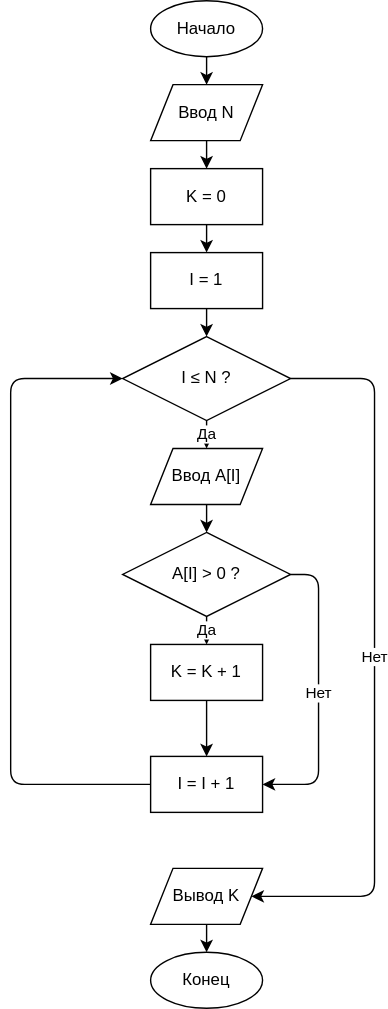
FDiarra78/project_4 keeps this draw.io diagram as projects_4/task_4_3/task_4-3-2.drawio.svg. Above is the earlier version. Source tidied: cells renumbered, new cells last; positions are measured from the earlier drawing's top-left corner, leaving out a move shared by most shapes. Source of this version:
```xml
<mxGraphModel>
  <root>
    <mxCell id="0" />
    <mxCell id="1" parent="0" />
    <mxCell id="2" value="Начало" style="ellipse;whiteSpace=wrap;html=1;" parent="1" vertex="1">
      <mxGeometry x="100" width="80" height="40" as="geometry" />
    </mxCell>
    <mxCell id="3" value="Ввод N" style="shape=parallelogram;perimeter=parallelogramPerimeter;whiteSpace=wrap;html=1;" parent="1" vertex="1">
      <mxGeometry x="100" y="60" width="80" height="40" as="geometry" />
    </mxCell>
    <mxCell id="4" value="K = 0" style="rounded=0;whiteSpace=wrap;html=1;" parent="1" vertex="1">
      <mxGeometry x="100" y="120" width="80" height="40" as="geometry" />
    </mxCell>
    <mxCell id="5" value="I = 1" style="rounded=0;whiteSpace=wrap;html=1;" parent="1" vertex="1">
      <mxGeometry x="100" y="180" width="80" height="40" as="geometry" />
    </mxCell>
    <mxCell id="6" value="I ≤ N ?" style="rhombus;whiteSpace=wrap;html=1;" parent="1" vertex="1">
      <mxGeometry x="80" y="240" width="120" height="60" as="geometry" />
    </mxCell>
    <mxCell id="7" value="Ввод A[I]" style="shape=parallelogram;perimeter=parallelogramPerimeter;whiteSpace=wrap;html=1;" parent="1" vertex="1">
      <mxGeometry x="100" y="320" width="80" height="40" as="geometry" />
    </mxCell>
    <mxCell id="8" value="A[I] &gt; 0 ?" style="rhombus;whiteSpace=wrap;html=1;" parent="1" vertex="1">
      <mxGeometry x="80" y="380" width="120" height="60" as="geometry" />
    </mxCell>
    <mxCell id="9" value="K = K + 1" style="rounded=0;whiteSpace=wrap;html=1;" parent="1" vertex="1">
      <mxGeometry x="100" y="460" width="80" height="40" as="geometry" />
    </mxCell>
    <mxCell id="10" value="I = I + 1" style="rounded=0;whiteSpace=wrap;html=1;" parent="1" vertex="1">
      <mxGeometry x="100" y="540" width="80" height="40" as="geometry" />
    </mxCell>
    <mxCell id="11" value="Вывод K" style="shape=parallelogram;perimeter=parallelogramPerimeter;whiteSpace=wrap;html=1;" parent="1" vertex="1">
      <mxGeometry x="100" y="620" width="80" height="40" as="geometry" />
    </mxCell>
    <mxCell id="12" value="Конец" style="ellipse;whiteSpace=wrap;html=1;" parent="1" vertex="1">
      <mxGeometry x="100" y="680" width="80" height="40" as="geometry" />
    </mxCell>
    <mxCell id="13" style="edgeStyle=orthogonalEdgeStyle;html=1;" parent="1" edge="1" source="2" target="3">
      <mxGeometry relative="1" as="geometry" />
    </mxCell>
    <mxCell id="14" style="edgeStyle=orthogonalEdgeStyle;html=1;" parent="1" edge="1" source="3" target="4">
      <mxGeometry relative="1" as="geometry" />
    </mxCell>
    <mxCell id="15" style="edgeStyle=orthogonalEdgeStyle;html=1;" parent="1" edge="1" source="4" target="5">
      <mxGeometry relative="1" as="geometry" />
    </mxCell>
    <mxCell id="16" style="edgeStyle=orthogonalEdgeStyle;html=1;" parent="1" edge="1" source="5" target="6">
      <mxGeometry relative="1" as="geometry" />
    </mxCell>
    <mxCell id="17" value="Да" style="edgeStyle=orthogonalEdgeStyle;html=1;" parent="1" edge="1" source="6" target="7">
      <mxGeometry relative="1" as="geometry" />
    </mxCell>
    <mxCell id="18" style="edgeStyle=orthogonalEdgeStyle;html=1;" parent="1" edge="1" source="7" target="8">
      <mxGeometry relative="1" as="geometry" />
    </mxCell>
    <mxCell id="19" value="Да" style="edgeStyle=orthogonalEdgeStyle;html=1;" parent="1" edge="1" source="8" target="9">
      <mxGeometry relative="1" as="geometry" />
    </mxCell>
    <mxCell id="20" style="edgeStyle=orthogonalEdgeStyle;html=1;" parent="1" edge="1" source="9" target="10">
      <mxGeometry relative="1" as="geometry" />
    </mxCell>
    <mxCell id="21" value="Нет" style="edgeStyle=orthogonalEdgeStyle;html=1;" parent="1" edge="1" source="8" target="10">
      <mxGeometry relative="1" as="geometry">
        <Array as="points">
          <mxPoint x="220" y="410" />
          <mxPoint x="220" y="560" />
        </Array>
      </mxGeometry>
    </mxCell>
    <mxCell id="22" style="edgeStyle=orthogonalEdgeStyle;html=1;entryX=0;entryY=0.5;entryDx=0;entryDy=0;exitX=0;exitY=0.5;exitDx=0;exitDy=0;" parent="1" edge="1" source="10" target="6">
      <mxGeometry relative="1" as="geometry">
        <Array as="points">
          <mxPoint y="560" />
          <mxPoint y="270" />
        </Array>
      </mxGeometry>
    </mxCell>
    <mxCell id="23" value="Нет" style="edgeStyle=orthogonalEdgeStyle;html=1;" parent="1" edge="1" source="6" target="11">
      <mxGeometry relative="1" as="geometry">
        <Array as="points">
          <mxPoint x="260" y="270" />
          <mxPoint x="260" y="640" />
        </Array>
      </mxGeometry>
    </mxCell>
    <mxCell id="24" style="edgeStyle=orthogonalEdgeStyle;html=1;" parent="1" edge="1" source="11" target="12">
      <mxGeometry relative="1" as="geometry" />
    </mxCell>
  </root>
</mxGraphModel>
```
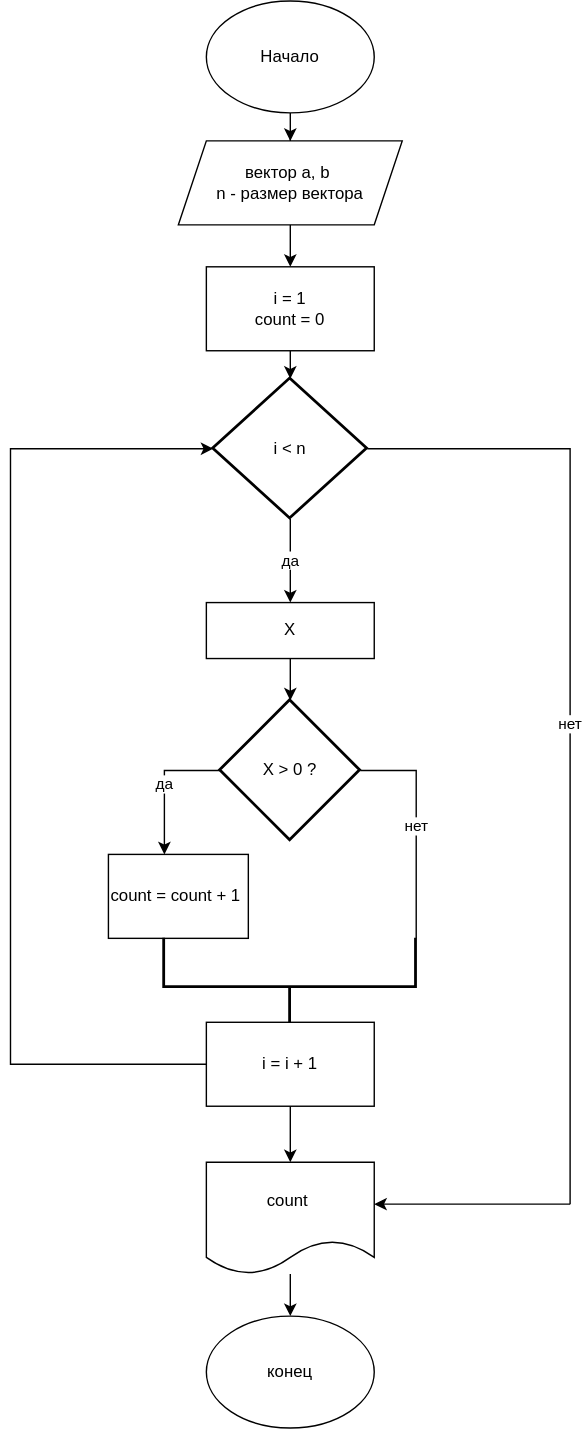
After the change.

Diff of the diagram source:
```diff
@@ -2,89 +2,97 @@
   <root>
     <mxCell id="0" />
     <mxCell id="1" parent="0" />
+    <mxCell id="25" style="edgeStyle=orthogonalEdgeStyle;rounded=0;jettySize=auto;html=1;" parent="1" edge="1" source="2" target="27">
+      <mxGeometry relative="1" as="geometry" />
+    </mxCell>
     <mxCell id="2" value="Начало" style="ellipse;whiteSpace=wrap;html=1;" parent="1" vertex="1">
-      <mxGeometry x="100" width="80" height="40" as="geometry" />
+      <mxGeometry x="100" width="120" height="80" as="geometry" />
     </mxCell>
-    <mxCell id="3" value="Ввод N" style="shape=parallelogram;perimeter=parallelogramPerimeter;whiteSpace=wrap;html=1;" parent="1" vertex="1">
-      <mxGeometry x="100" y="60" width="80" height="40" as="geometry" />
-    </mxCell>
-    <mxCell id="4" value="K = 0" style="rounded=0;whiteSpace=wrap;html=1;" parent="1" vertex="1">
-      <mxGeometry x="100" y="120" width="80" height="40" as="geometry" />
-    </mxCell>
-    <mxCell id="5" value="I = 1" style="rounded=0;whiteSpace=wrap;html=1;" parent="1" vertex="1">
-      <mxGeometry x="100" y="180" width="80" height="40" as="geometry" />
-    </mxCell>
-    <mxCell id="6" value="I ≤ N ?" style="rhombus;whiteSpace=wrap;html=1;" parent="1" vertex="1">
-      <mxGeometry x="80" y="240" width="120" height="60" as="geometry" />
-    </mxCell>
-    <mxCell id="7" value="Ввод A[I]" style="shape=parallelogram;perimeter=parallelogramPerimeter;whiteSpace=wrap;html=1;" parent="1" vertex="1">
-      <mxGeometry x="100" y="320" width="80" height="40" as="geometry" />
-    </mxCell>
-    <mxCell id="8" value="A[I] &gt; 0 ?" style="rhombus;whiteSpace=wrap;html=1;" parent="1" vertex="1">
-      <mxGeometry x="80" y="380" width="120" height="60" as="geometry" />
-    </mxCell>
-    <mxCell id="9" value="K = K + 1" style="rounded=0;whiteSpace=wrap;html=1;" parent="1" vertex="1">
-      <mxGeometry x="100" y="460" width="80" height="40" as="geometry" />
-    </mxCell>
-    <mxCell id="10" value="I = I + 1" style="rounded=0;whiteSpace=wrap;html=1;" parent="1" vertex="1">
-      <mxGeometry x="100" y="540" width="80" height="40" as="geometry" />
-    </mxCell>
-    <mxCell id="11" value="Вывод K" style="shape=parallelogram;perimeter=parallelogramPerimeter;whiteSpace=wrap;html=1;" parent="1" vertex="1">
-      <mxGeometry x="100" y="620" width="80" height="40" as="geometry" />
-    </mxCell>
-    <mxCell id="12" value="Конец" style="ellipse;whiteSpace=wrap;html=1;" parent="1" vertex="1">
-      <mxGeometry x="100" y="680" width="80" height="40" as="geometry" />
-    </mxCell>
-    <mxCell id="13" style="edgeStyle=orthogonalEdgeStyle;html=1;" parent="1" edge="1" source="2" target="3">
-      <mxGeometry relative="1" as="geometry" />
-    </mxCell>
-    <mxCell id="14" style="edgeStyle=orthogonalEdgeStyle;html=1;" parent="1" edge="1" source="3" target="4">
-      <mxGeometry relative="1" as="geometry" />
-    </mxCell>
-    <mxCell id="15" style="edgeStyle=orthogonalEdgeStyle;html=1;" parent="1" edge="1" source="4" target="5">
-      <mxGeometry relative="1" as="geometry" />
-    </mxCell>
-    <mxCell id="16" style="edgeStyle=orthogonalEdgeStyle;html=1;" parent="1" edge="1" source="5" target="6">
-      <mxGeometry relative="1" as="geometry" />
-    </mxCell>
-    <mxCell id="17" value="Да" style="edgeStyle=orthogonalEdgeStyle;html=1;" parent="1" edge="1" source="6" target="7">
-      <mxGeometry relative="1" as="geometry" />
-    </mxCell>
-    <mxCell id="18" style="edgeStyle=orthogonalEdgeStyle;html=1;" parent="1" edge="1" source="7" target="8">
-      <mxGeometry relative="1" as="geometry" />
-    </mxCell>
-    <mxCell id="19" value="Да" style="edgeStyle=orthogonalEdgeStyle;html=1;" parent="1" edge="1" source="8" target="9">
-      <mxGeometry relative="1" as="geometry" />
-    </mxCell>
-    <mxCell id="20" style="edgeStyle=orthogonalEdgeStyle;html=1;" parent="1" edge="1" source="9" target="10">
-      <mxGeometry relative="1" as="geometry" />
-    </mxCell>
-    <mxCell id="21" value="Нет" style="edgeStyle=orthogonalEdgeStyle;html=1;" parent="1" edge="1" source="8" target="10">
-      <mxGeometry relative="1" as="geometry">
-        <Array as="points">
-          <mxPoint x="220" y="410" />
-          <mxPoint x="220" y="560" />
-        </Array>
-      </mxGeometry>
-    </mxCell>
-    <mxCell id="22" style="edgeStyle=orthogonalEdgeStyle;html=1;entryX=0;entryY=0.5;entryDx=0;entryDy=0;exitX=0;exitY=0.5;exitDx=0;exitDy=0;" parent="1" edge="1" source="10" target="6">
-      <mxGeometry relative="1" as="geometry">
-        <Array as="points">
-          <mxPoint y="560" />
-          <mxPoint y="270" />
-        </Array>
-      </mxGeometry>
-    </mxCell>
-    <mxCell id="23" value="Нет" style="edgeStyle=orthogonalEdgeStyle;html=1;" parent="1" edge="1" source="6" target="11">
-      <mxGeometry relative="1" as="geometry">
-        <Array as="points">
-          <mxPoint x="260" y="270" />
-          <mxPoint x="260" y="640" />
-        </Array>
-      </mxGeometry>
-    </mxCell>
-    <mxCell id="24" style="edgeStyle=orthogonalEdgeStyle;html=1;" parent="1" edge="1" source="11" target="12">
-      <mxGeometry relative="1" as="geometry" />
-    </mxCell>
+    <mxCell id="26" style="edgeStyle=orthogonalEdgeStyle;rounded=0;jettySize=auto;html=1;" parent="1" edge="1" source="27" target="29">
+      <mxGeometry relative="1" as="geometry" />
+    </mxCell>
+    <mxCell id="27" value="вектор a, b&amp;nbsp;&lt;div&gt;n - paзмер вектора&lt;/div&gt;" style="shape=parallelogram;perimeter=parallelogramPerimeter;whiteSpace=wrap;html=1;fixedSize=1;" parent="1" vertex="1">
+      <mxGeometry x="80" y="100" width="160" height="60" as="geometry" />
+    </mxCell>
+    <mxCell id="28" style="edgeStyle=orthogonalEdgeStyle;rounded=0;jettySize=auto;html=1;" parent="1" edge="1" source="29" target="31">
+      <mxGeometry relative="1" as="geometry" />
+    </mxCell>
+    <mxCell id="29" value="i = 1&lt;div&gt;count = 0&lt;/div&gt;" style="rounded=0;whiteSpace=wrap;html=1;" parent="1" vertex="1">
+      <mxGeometry x="100" y="190" width="120" height="60" as="geometry" />
+    </mxCell>
+    <mxCell id="30" value="да" style="edgeStyle=orthogonalEdgeStyle;rounded=0;jettySize=auto;html=1;entryX=0.5;entryY=0;entryDx=0;entryDy=0;" parent="1" edge="1" source="31" target="32">
+      <mxGeometry relative="1" as="geometry" />
+    </mxCell>
+    <mxCell id="31" value="i &amp;lt; n" style="strokeWidth=2;html=1;shape=mxgraph.flowchart.decision;whiteSpace=wrap;" parent="1" vertex="1">
+      <mxGeometry x="105" y="270" width="110" height="100" as="geometry" />
+    </mxCell>
+    <mxCell id="32" value="X" style="rounded=0;whiteSpace=wrap;html=1;" parent="1" vertex="1">
+      <mxGeometry x="100" y="430" width="120" height="40" as="geometry" />
+    </mxCell>
+    <mxCell id="33" style="edgeStyle=orthogonalEdgeStyle;rounded=0;jettySize=auto;html=1;entryX=0;entryY=0.5;entryDx=0;entryDy=0;entryPerimeter=0;exitX=0;exitY=0.5;exitDx=0;exitDy=0;" parent="1" edge="1" source="45">
+      <mxGeometry relative="1" as="geometry">
+        <mxPoint x="105" y="320" as="targetPoint" />
+        <Array as="points">
+          <mxPoint x="-40" y="760" />
+          <mxPoint x="-40" y="320" />
+        </Array>
+      </mxGeometry>
+    </mxCell>
+    <mxCell id="34" value="count = count + 1&amp;nbsp;" style="rounded=0;whiteSpace=wrap;html=1;" parent="1" vertex="1">
+      <mxGeometry x="30" y="610" width="100" height="60" as="geometry" />
+    </mxCell>
+    <mxCell id="35" style="endArrow=classic;html=1;rounded=0;entryX=1;entryY=0.5;entryDx=0;entryDy=0;curved=0;" parent="1" edge="1">
+      <mxGeometry relative="1" as="geometry">
+        <mxPoint x="360" y="860" as="sourcePoint" />
+        <mxPoint x="220" y="860" as="targetPoint" />
+      </mxGeometry>
+    </mxCell>
+    <mxCell id="36" value="нет" style="endArrow=none;html=1;rounded=0;entryX=1;entryY=0.5;entryDx=0;entryDy=0;entryPerimeter=0;" parent="1" edge="1" target="31">
+      <mxGeometry relative="1" as="geometry">
+        <mxPoint x="360" y="860" as="sourcePoint" />
+        <Array as="points">
+          <mxPoint x="360" y="370" />
+          <mxPoint x="360" y="320" />
+        </Array>
+      </mxGeometry>
+    </mxCell>
+    <mxCell id="37" style="edgeStyle=orthogonalEdgeStyle;rounded=0;jettySize=auto;html=1;" parent="1" edge="1" source="38" target="39">
+      <mxGeometry relative="1" as="geometry" />
+    </mxCell>
+    <mxCell id="38" value="count&amp;nbsp;" style="shape=document;whiteSpace=wrap;html=1;boundedLbl=1;" parent="1" vertex="1">
+      <mxGeometry x="100" y="830" width="120" height="80" as="geometry" />
+    </mxCell>
+    <mxCell id="39" value="конец" style="ellipse;whiteSpace=wrap;html=1;" parent="1" vertex="1">
+      <mxGeometry x="100" y="940" width="120" height="80" as="geometry" />
+    </mxCell>
+    <mxCell id="40" value="да" style="edgeStyle=orthogonalEdgeStyle;rounded=0;jettySize=auto;html=1;" parent="1" edge="1" source="41">
+      <mxGeometry relative="1" as="geometry">
+        <mxPoint x="70" y="610" as="targetPoint" />
+      </mxGeometry>
+    </mxCell>
+    <mxCell id="41" value="X &amp;gt; 0 ?" style="strokeWidth=2;html=1;shape=mxgraph.flowchart.decision;whiteSpace=wrap;" parent="1" vertex="1">
+      <mxGeometry x="110" y="500" width="100" height="100" as="geometry" />
+    </mxCell>
+    <mxCell id="42" style="edgeStyle=orthogonalEdgeStyle;rounded=0;jettySize=auto;html=1;entryX=0.5;entryY=0;entryDx=0;entryDy=0;entryPerimeter=0;" parent="1" edge="1" source="32" target="41">
+      <mxGeometry relative="1" as="geometry" />
+    </mxCell>
+    <mxCell id="43" style="strokeWidth=2;html=1;shape=mxgraph.flowchart.annotation_2;align=left;labelPosition=right;direction=north;" parent="1" vertex="1">
+      <mxGeometry x="70" y="670" width="180" height="70" as="geometry" />
+    </mxCell>
+    <mxCell id="44" style="edgeStyle=orthogonalEdgeStyle;rounded=0;jettySize=auto;html=1;" parent="1" edge="1" source="45">
+      <mxGeometry relative="1" as="geometry">
+        <mxPoint x="160" y="830" as="targetPoint" />
+      </mxGeometry>
+    </mxCell>
+    <mxCell id="45" value="i = i + 1" style="rounded=0;whiteSpace=wrap;html=1;" parent="1" vertex="1">
+      <mxGeometry x="100" y="730" width="120" height="60" as="geometry" />
+    </mxCell>
+    <mxCell id="46" value="нет" style="endArrow=none;html=1;rounded=0;entryX=1;entryY=0.5;entryDx=0;entryDy=0;entryPerimeter=0;exitX=1;exitY=1;exitDx=0;exitDy=0;exitPerimeter=0;" parent="1" edge="1" source="43" target="41">
+      <mxGeometry relative="1" as="geometry">
+        <Array as="points">
+          <mxPoint x="250" y="550" />
+        </Array>
+      </mxGeometry>
+    </mxCell>
   </root>
 </mxGraphModel>
```
